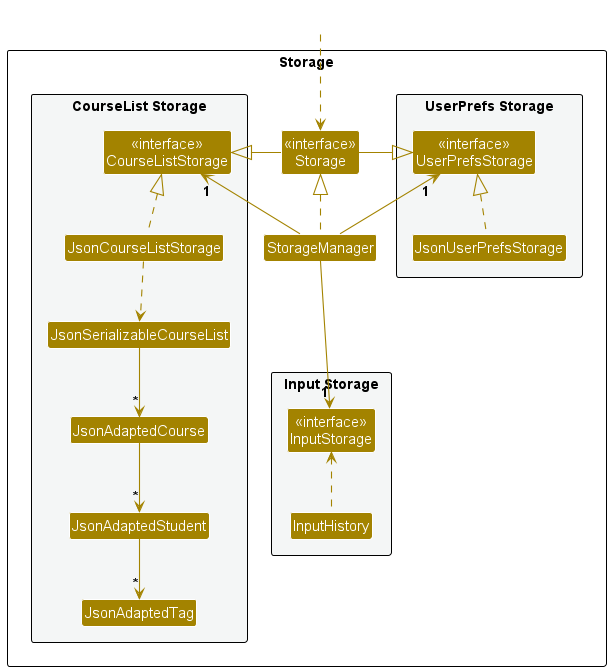
Before: docs/images/StorageClassDiagram.png, a diagram exported from PlantUML (tiongjjyi/tp).
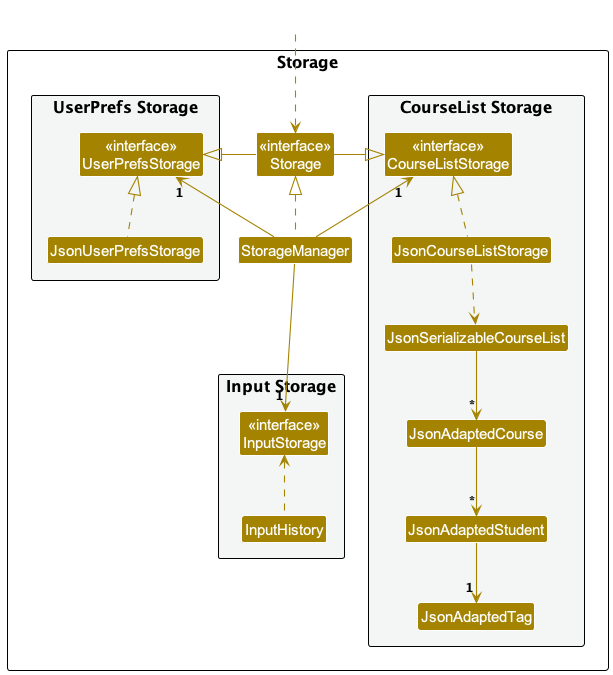
Above is the later version.

Commit message:
Update StorageClassDiagram and fix checkstyle

Diff of the diagram source:
```diff
@@ -46,7 +46,7 @@
 JsonCourseListStorage ..> JsonSerializableCourseList
 JsonSerializableCourseList --> "*" JsonAdaptedCourse
 JsonAdaptedCourse --> "*" JsonAdaptedStudent
-JsonAdaptedStudent --> "*" JsonAdaptedTag
+JsonAdaptedStudent --> "1" JsonAdaptedTag
 
 InputHistory .up.> InputStorage
 
```
